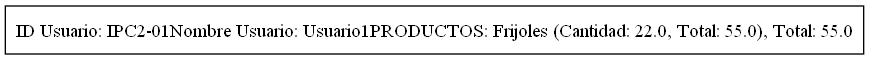
MarceJua/IPC2_ProyectoVJ2024_14 keeps this Graphviz diagram as reportes/cola.png. Above is the earlier version. Its source is kept beside it as reportesdot/cola.dot.
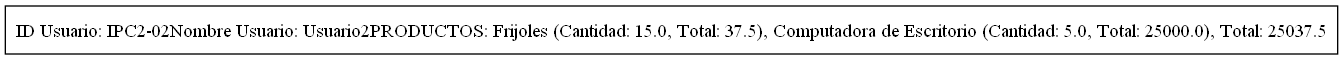
After the commit.

Diff of the diagram source:
```diff
@@ -1,8 +1,8 @@
 digraph G {
 rankdir=LR;
 node [shape=record];
-nodo0 [label="ID Usuario: IPC2-01
-Nombre Usuario: Usuario1
-PRODUCTOS: Frijoles (Cantidad: 22.0, Total: 55.0),
-Total: 55.0"];
+nodo0 [label="ID Usuario: IPC2-02
+Nombre Usuario: Usuario2
+PRODUCTOS: Frijoles (Cantidad: 15.0, Total: 37.5), Computadora de Escritorio (Cantidad: 5.0, Total: 25000.0),
+Total: 25037.5"];
 }
```
